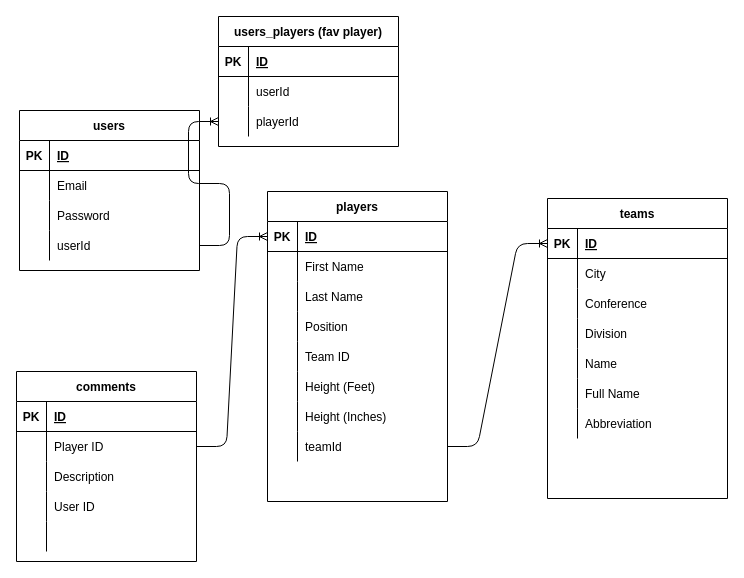
Above: ERD.drawio in devin-lynch/proj-2-nba-app (draw.io), before the change. Source tidied: cells renumbered, new cells numbered last; positions are measured from the earlier drawing's top-left corner, leaving out a move shared by most shapes. Both pictures are drawn from the tidied source at 100%, with x=0, y=0 at pixel (16, 16).
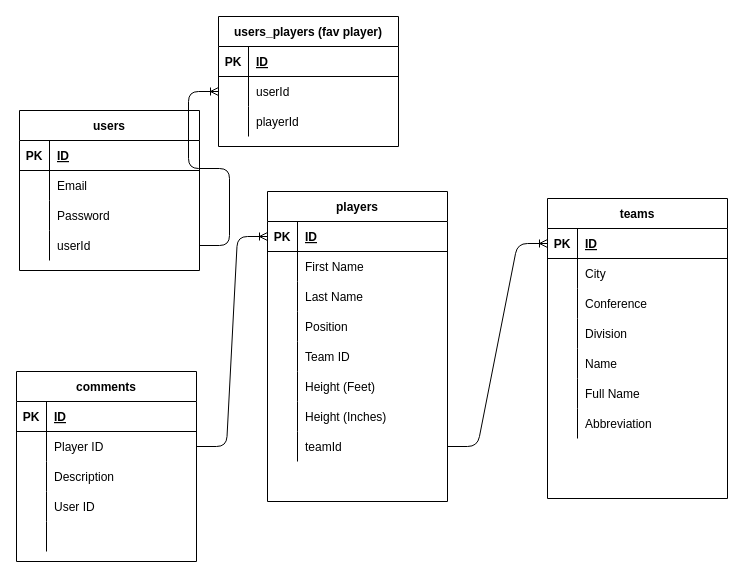
After the change.

The change refers to these unchanged cells:
```xml
<mxCell id="59" style="shape=partialRectangle;fillColor=none;top=0;left=0;bottom=0;right=0;points=[[0,0.5],[1,0.5]];portConstraint=eastwest;" parent="49" vertex="1">
  <mxGeometry y="120" width="180" height="30" as="geometry" />
</mxCell>
<mxCell id="84" style="shape=partialRectangle;fillColor=none;top=0;left=0;bottom=0;right=0;points=[[0,0.5],[1,0.5]];portConstraint=eastwest;" parent="80" vertex="1">
  <mxGeometry y="60" width="180" height="30" as="geometry" />
</mxCell>
<mxCell id="87" style="shape=partialRectangle;fillColor=none;top=0;left=0;bottom=0;right=0;points=[[0,0.5],[1,0.5]];portConstraint=eastwest;" parent="80" vertex="1">
  <mxGeometry y="90" width="180" height="30" as="geometry" />
</mxCell>
```

What changed in the source:
```diff
@@
-    <mxCell id="62" style="edgeStyle=entityRelationEdgeStyle;fontSize=12;html=1;endArrow=ERoneToMany;exitX=1;exitY=0.5;exitDx=0;exitDy=0;entryX=0;entryY=0.5;entryDx=0;entryDy=0;" parent="1" edge="1" source="59" target="87">
+    <mxCell id="62" style="edgeStyle=entityRelationEdgeStyle;fontSize=12;html=1;endArrow=ERoneToMany;exitX=1;exitY=0.5;exitDx=0;exitDy=0;entryX=0;entryY=0.5;entryDx=0;entryDy=0;" parent="1" edge="1" source="59" target="84">
       <mxGeometry relative="1" as="geometry" />
     </mxCell>
```
